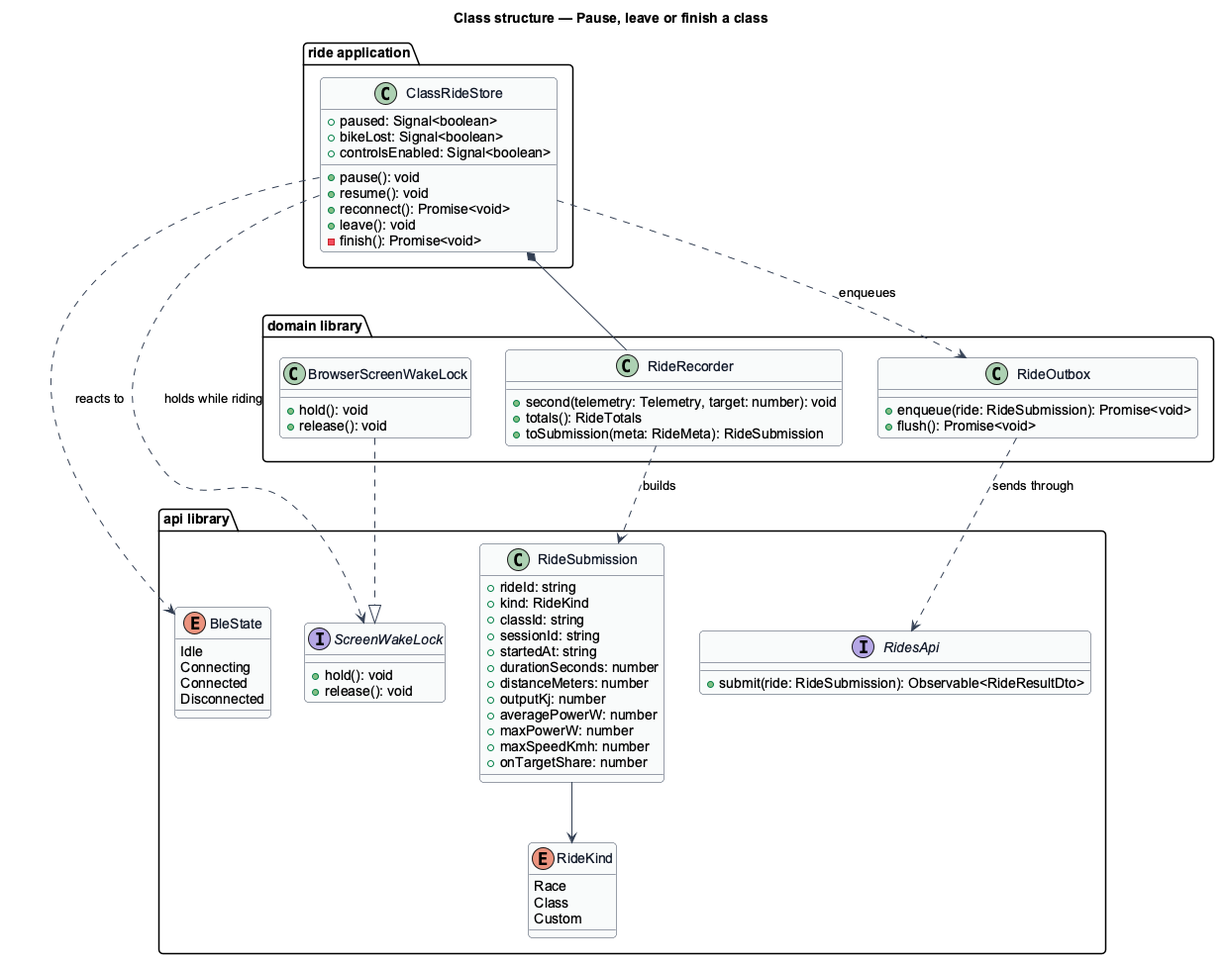
QuinntyneBrown/ride-one keeps this PlantUML diagram as docs/detailed-designs/classes/pause-leave-or-finish-a-class/diagrams/class-structure.png. Above is the earlier version.
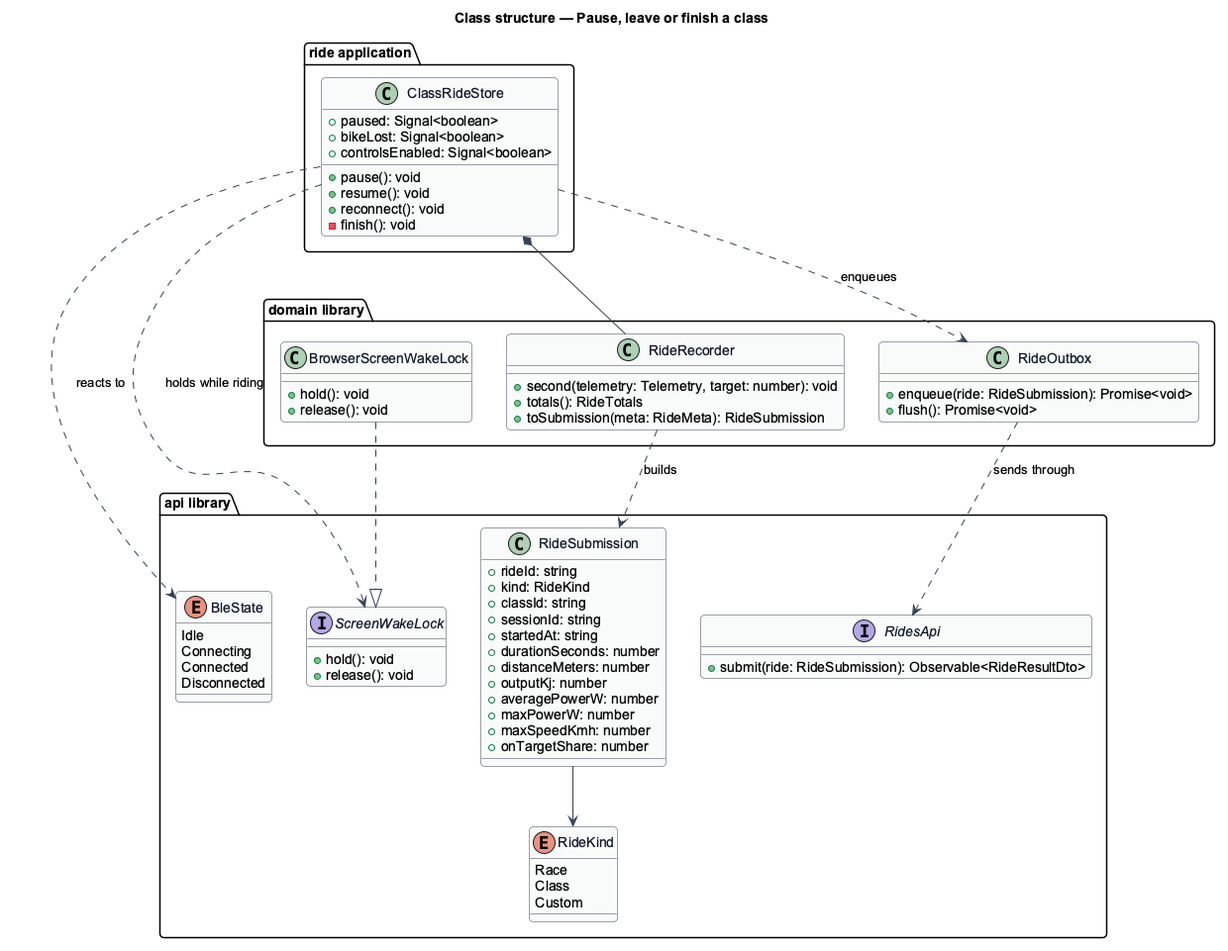
After the commit.

Commit message:
Bring the pause, leave and finish design in line with what was built

Change to the diagram source:
```diff
@@ -67,9 +67,8 @@
     +controlsEnabled: Signal<boolean>
     +pause(): void
     +resume(): void
-    +reconnect(): Promise<void>
-    +leave(): void
-    -finish(): Promise<void>
+    +reconnect(): void
+    -finish(): void
   }
 }
 ClassRideStore ..> BleState : reacts to
```
